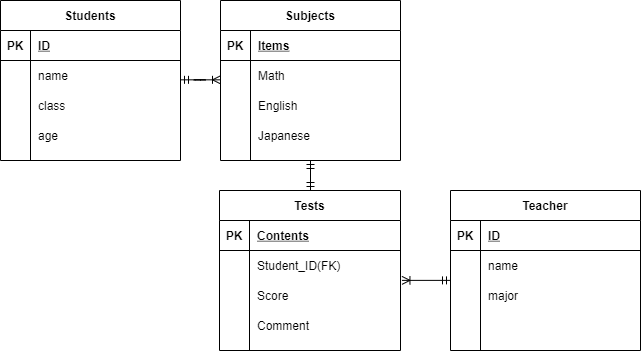
Earlier version of the draw.io export .drawio.png (mioirie/20220103omi). Source tidied: cells renumbered, new cells last; positions are measured from the earlier drawing's top-left corner, leaving out a move shared by most shapes.
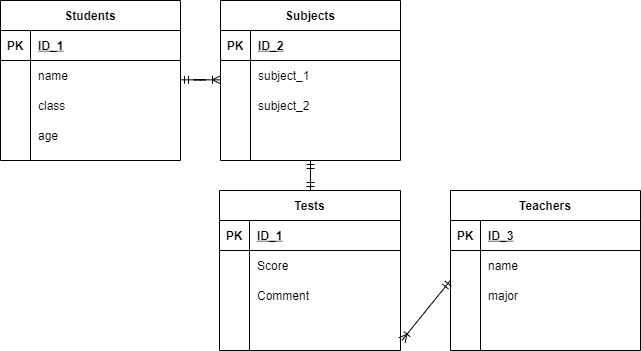
Later version of the same file.

Commit message:
Fix names of PK,tables,Subjects

Diff of the diagram source:
```diff
@@ -11,7 +11,7 @@
     <mxCell id="4" value="PK" style="shape=partialRectangle;fillColor=none;top=0;left=0;bottom=0;right=0;fontStyle=1;overflow=hidden;" parent="3" vertex="1">
       <mxGeometry width="30" height="30" as="geometry" />
     </mxCell>
-    <mxCell id="5" value="ID" style="shape=partialRectangle;fillColor=none;top=0;left=0;bottom=0;right=0;align=left;spacingLeft=6;fontStyle=5;overflow=hidden;" parent="3" vertex="1">
+    <mxCell id="5" value="ID_1" style="shape=partialRectangle;fillColor=none;top=0;left=0;bottom=0;right=0;align=left;spacingLeft=6;fontStyle=5;overflow=hidden;" parent="3" vertex="1">
       <mxGeometry x="30" width="150" height="30" as="geometry" />
     </mxCell>
     <mxCell id="6" style="shape=partialRectangle;fillColor=none;top=0;left=0;bottom=0;right=0;" parent="2" vertex="1">
@@ -41,7 +41,7 @@
     <mxCell id="14" value="age" style="shape=partialRectangle;fillColor=none;top=0;left=0;bottom=0;right=0;align=left;spacingLeft=6;overflow=hidden;" parent="12" vertex="1">
       <mxGeometry x="30" width="150" height="30" as="geometry" />
     </mxCell>
-    <mxCell id="15" value="Teacher" style="shape=table;startSize=30;rowLines=0;fontStyle=1;align=center;" parent="1" vertex="1">
+    <mxCell id="15" value="Teachers" style="shape=table;startSize=30;rowLines=0;fontStyle=1;align=center;" parent="1" vertex="1">
       <mxGeometry x="450" y="190" width="190" height="160" as="geometry" />
     </mxCell>
     <mxCell id="16" style="shape=partialRectangle;fillColor=none;top=0;left=0;bottom=1;right=0;" parent="15" vertex="1">
@@ -50,7 +50,7 @@
     <mxCell id="17" value="PK" style="shape=partialRectangle;fillColor=none;top=0;left=0;bottom=0;right=0;fontStyle=1;overflow=hidden;" parent="16" vertex="1">
       <mxGeometry width="30" height="30" as="geometry" />
     </mxCell>
-    <mxCell id="18" value="ID" style="shape=partialRectangle;fillColor=none;top=0;left=0;bottom=0;right=0;align=left;spacingLeft=6;fontStyle=5;overflow=hidden;" parent="16" vertex="1">
+    <mxCell id="18" value="ID_3" style="shape=partialRectangle;fillColor=none;top=0;left=0;bottom=0;right=0;align=left;spacingLeft=6;fontStyle=5;overflow=hidden;" parent="16" vertex="1">
       <mxGeometry x="30" width="160" height="30" as="geometry" />
     </mxCell>
     <mxCell id="19" style="shape=partialRectangle;fillColor=none;top=0;left=0;bottom=0;right=0;" parent="15" vertex="1">
@@ -98,7 +98,7 @@
     <mxCell id="32" value="PK" style="shape=partialRectangle;fillColor=none;top=0;left=0;bottom=0;right=0;fontStyle=1;overflow=hidden;" parent="31" vertex="1">
       <mxGeometry width="30" height="30" as="geometry" />
     </mxCell>
-    <mxCell id="33" value="Items" style="shape=partialRectangle;fillColor=none;top=0;left=0;bottom=0;right=0;align=left;spacingLeft=6;fontStyle=5;overflow=hidden;" parent="31" vertex="1">
+    <mxCell id="33" value="ID_2" style="shape=partialRectangle;fillColor=none;top=0;left=0;bottom=0;right=0;align=left;spacingLeft=6;fontStyle=5;overflow=hidden;" parent="31" vertex="1">
       <mxGeometry x="30" width="150" height="30" as="geometry" />
     </mxCell>
     <mxCell id="34" style="shape=partialRectangle;fillColor=none;top=0;left=0;bottom=0;right=0;" parent="30" vertex="1">
@@ -107,7 +107,7 @@
     <mxCell id="35" style="shape=partialRectangle;fillColor=none;top=0;left=0;bottom=0;right=0;overflow=hidden;" parent="34" vertex="1">
       <mxGeometry width="30" height="30" as="geometry" />
     </mxCell>
-    <mxCell id="36" value="Math" style="shape=partialRectangle;fillColor=none;top=0;left=0;bottom=0;right=0;align=left;spacingLeft=6;overflow=hidden;" parent="34" vertex="1">
+    <mxCell id="36" value="subject_1" style="shape=partialRectangle;fillColor=none;top=0;left=0;bottom=0;right=0;align=left;spacingLeft=6;overflow=hidden;" parent="34" vertex="1">
       <mxGeometry x="30" width="150" height="30" as="geometry" />
     </mxCell>
     <mxCell id="37" style="shape=partialRectangle;fillColor=none;top=0;left=0;bottom=0;right=0;" parent="30" vertex="1">
@@ -116,7 +116,7 @@
     <mxCell id="38" style="shape=partialRectangle;fillColor=none;top=0;left=0;bottom=0;right=0;overflow=hidden;" parent="37" vertex="1">
       <mxGeometry width="30" height="30" as="geometry" />
     </mxCell>
-    <mxCell id="39" value="English" style="shape=partialRectangle;fillColor=none;top=0;left=0;bottom=0;right=0;align=left;spacingLeft=6;overflow=hidden;" parent="37" vertex="1">
+    <mxCell id="39" value="subject_2" style="shape=partialRectangle;fillColor=none;top=0;left=0;bottom=0;right=0;align=left;spacingLeft=6;overflow=hidden;" parent="37" vertex="1">
       <mxGeometry x="30" width="150" height="30" as="geometry" />
     </mxCell>
     <mxCell id="40" style="shape=partialRectangle;fillColor=none;top=0;left=0;bottom=0;right=0;" parent="30" vertex="1">
@@ -125,7 +125,7 @@
     <mxCell id="41" style="shape=partialRectangle;fillColor=none;top=0;left=0;bottom=0;right=0;overflow=hidden;" parent="40" vertex="1">
       <mxGeometry width="30" height="30" as="geometry" />
     </mxCell>
-    <mxCell id="42" value="Japanese" style="shape=partialRectangle;fillColor=none;top=0;left=0;bottom=0;right=0;align=left;spacingLeft=6;overflow=hidden;" parent="40" vertex="1">
+    <mxCell id="42" style="shape=partialRectangle;fillColor=none;top=0;left=0;bottom=0;right=0;align=left;spacingLeft=6;overflow=hidden;" parent="40" vertex="1">
       <mxGeometry x="30" width="150" height="30" as="geometry" />
     </mxCell>
     <mxCell id="43" value="Tests" style="shape=table;startSize=30;rowLines=0;fontStyle=1;align=center;" parent="1" vertex="1">
@@ -137,20 +137,11 @@
     <mxCell id="45" value="PK" style="shape=partialRectangle;fillColor=none;top=0;left=0;bottom=0;right=0;fontStyle=1;overflow=hidden;" parent="44" vertex="1">
       <mxGeometry width="30" height="30" as="geometry" />
     </mxCell>
-    <mxCell id="46" value="Contents" style="shape=partialRectangle;fillColor=none;top=0;left=0;bottom=0;right=0;align=left;spacingLeft=6;fontStyle=5;overflow=hidden;" parent="44" vertex="1">
+    <mxCell id="46" value="ID_1" style="shape=partialRectangle;fillColor=none;top=0;left=0;bottom=0;right=0;align=left;spacingLeft=6;fontStyle=5;overflow=hidden;" parent="44" vertex="1">
       <mxGeometry x="30" width="151" height="30" as="geometry" />
     </mxCell>
-    <mxCell id="47" style="shape=partialRectangle;fillColor=none;top=0;left=0;bottom=0;right=0;points=[[0,0.5],[1,0.5]];portConstraint=eastwest;" parent="43" vertex="1">
-      <mxGeometry y="60" width="181" height="30" as="geometry" />
-    </mxCell>
-    <mxCell id="48" style="shape=partialRectangle;fillColor=none;top=0;left=0;bottom=0;right=0;overflow=hidden;" parent="47" vertex="1">
-      <mxGeometry width="30" height="30" as="geometry" />
-    </mxCell>
-    <mxCell id="49" value="Student_ID(FK)" style="shape=partialRectangle;fillColor=none;top=0;left=0;bottom=0;right=0;align=left;spacingLeft=6;overflow=hidden;" parent="47" vertex="1">
-      <mxGeometry x="30" width="151" height="30" as="geometry" />
-    </mxCell>
     <mxCell id="50" style="shape=partialRectangle;fillColor=none;top=0;left=0;bottom=0;right=0;" parent="43" vertex="1">
-      <mxGeometry y="90" width="181" height="30" as="geometry" />
+      <mxGeometry y="60" width="181" height="30" as="geometry" />
     </mxCell>
     <mxCell id="51" style="shape=partialRectangle;fillColor=none;top=0;left=0;bottom=0;right=0;overflow=hidden;" parent="50" vertex="1">
       <mxGeometry width="30" height="30" as="geometry" />
@@ -159,7 +150,7 @@
       <mxGeometry x="30" width="151" height="30" as="geometry" />
     </mxCell>
     <mxCell id="53" style="shape=partialRectangle;fillColor=none;top=0;left=0;bottom=0;right=0;" parent="43" vertex="1">
-      <mxGeometry y="120" width="181" height="30" as="geometry" />
+      <mxGeometry y="90" width="181" height="30" as="geometry" />
     </mxCell>
     <mxCell id="54" style="shape=partialRectangle;fillColor=none;top=0;left=0;bottom=0;right=0;overflow=hidden;" parent="53" vertex="1">
       <mxGeometry width="30" height="30" as="geometry" />
@@ -167,6 +158,15 @@
     <mxCell id="55" value="Comment" style="shape=partialRectangle;fillColor=none;top=0;left=0;bottom=0;right=0;align=left;spacingLeft=6;overflow=hidden;" parent="53" vertex="1">
       <mxGeometry x="30" width="151" height="30" as="geometry" />
     </mxCell>
+    <mxCell id="47" style="shape=partialRectangle;fillColor=none;top=0;left=0;bottom=0;right=0;points=[[0,0.5],[1,0.5]];portConstraint=eastwest;" parent="43" vertex="1">
+      <mxGeometry y="120" width="181" height="30" as="geometry" />
+    </mxCell>
+    <mxCell id="48" style="shape=partialRectangle;fillColor=none;top=0;left=0;bottom=0;right=0;overflow=hidden;" parent="47" vertex="1">
+      <mxGeometry width="30" height="30" as="geometry" />
+    </mxCell>
+    <mxCell id="49" style="shape=partialRectangle;fillColor=none;top=0;left=0;bottom=0;right=0;align=left;spacingLeft=6;overflow=hidden;" parent="47" vertex="1">
+      <mxGeometry x="30" width="151" height="30" as="geometry" />
+    </mxCell>
     <mxCell id="56" style="fontSize=12;html=1;endArrow=ERmandOne;startArrow=ERmandOne;" parent="1" edge="1">
       <mxGeometry relative="1" as="geometry">
         <mxPoint x="310" y="190" as="sourcePoint" />
```
